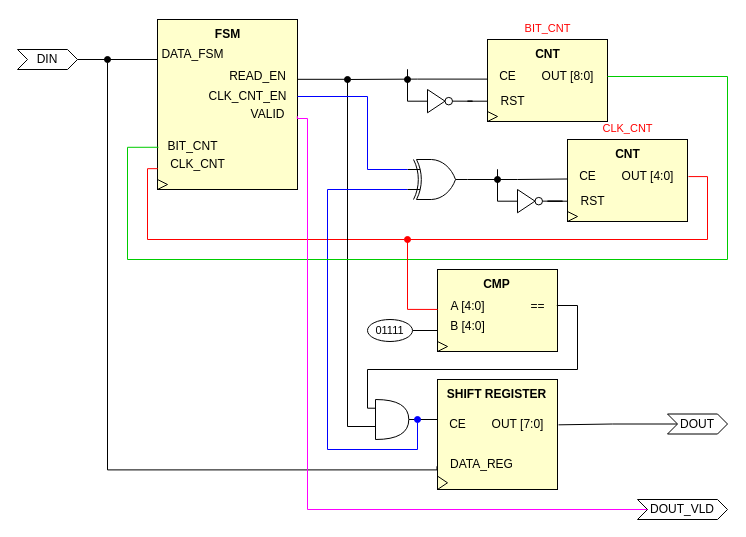
This is INC_RTL.drawio from ArturSultanov/inc_project, a draw.io file, before an edit. Source tidied: cells renumbered, new cells numbered last; positions are measured from the earlier drawing's top-left corner, leaving out a move shared by most shapes. Both pictures are drawn from the tidied source at 100%, with x=0, y=0 at pixel (17, 17).
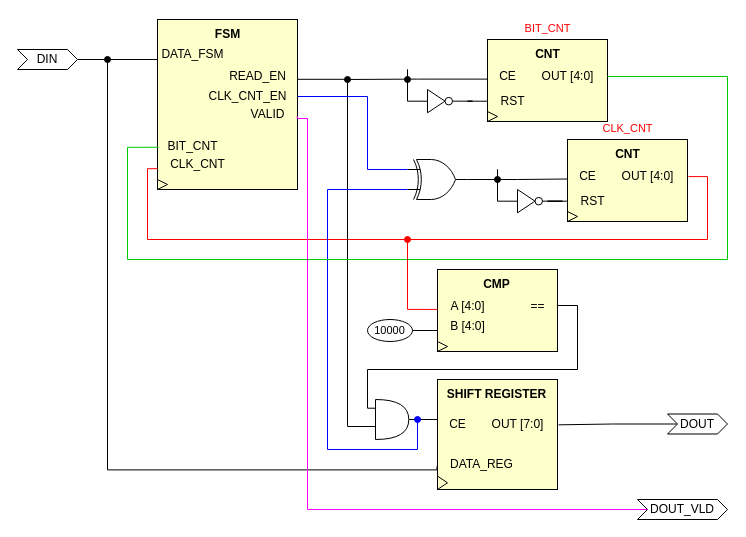
The same page after the edit.

Unchanged cells that the change refers to:
```xml
<mxCell id="29" style="group;" parent="2" vertex="1">
  <mxGeometry x="360" width="140" height="82" as="geometry" />
</mxCell>
<mxCell id="38" style="group;" parent="1" vertex="1">
  <mxGeometry x="350" y="252" width="200" height="82" as="geometry" />
</mxCell>
```

The edit, as a diff of the source:
```diff
@@
-    <mxCell id="35" value="OUT [8:0]" style="text;html=1;align=center;verticalAlign=middle;points=[];strokeColor=none;fillColor=none;" parent="29" vertex="1">
+    <mxCell id="35" value="OUT [4:0]" style="text;html=1;align=center;verticalAlign=middle;points=[];strokeColor=none;fillColor=none;" parent="29" vertex="1">
       <mxGeometry x="50" y="22" width="80" height="30" as="geometry" />
     </mxCell>
@@
-    <mxCell id="47" value="&lt;span style=&quot;font-size: 11px;&quot;&gt;01111&lt;/span&gt;" style="ellipse;whiteSpace=wrap;html=1;" parent="38" vertex="1">
+    <mxCell id="47" value="&lt;span style=&quot;font-size: 11px;&quot;&gt;10000&lt;br&gt;&lt;/span&gt;" style="ellipse;whiteSpace=wrap;html=1;" parent="38" vertex="1">
       <mxGeometry y="50" width="45" height="22" as="geometry" />
     </mxCell>
```
